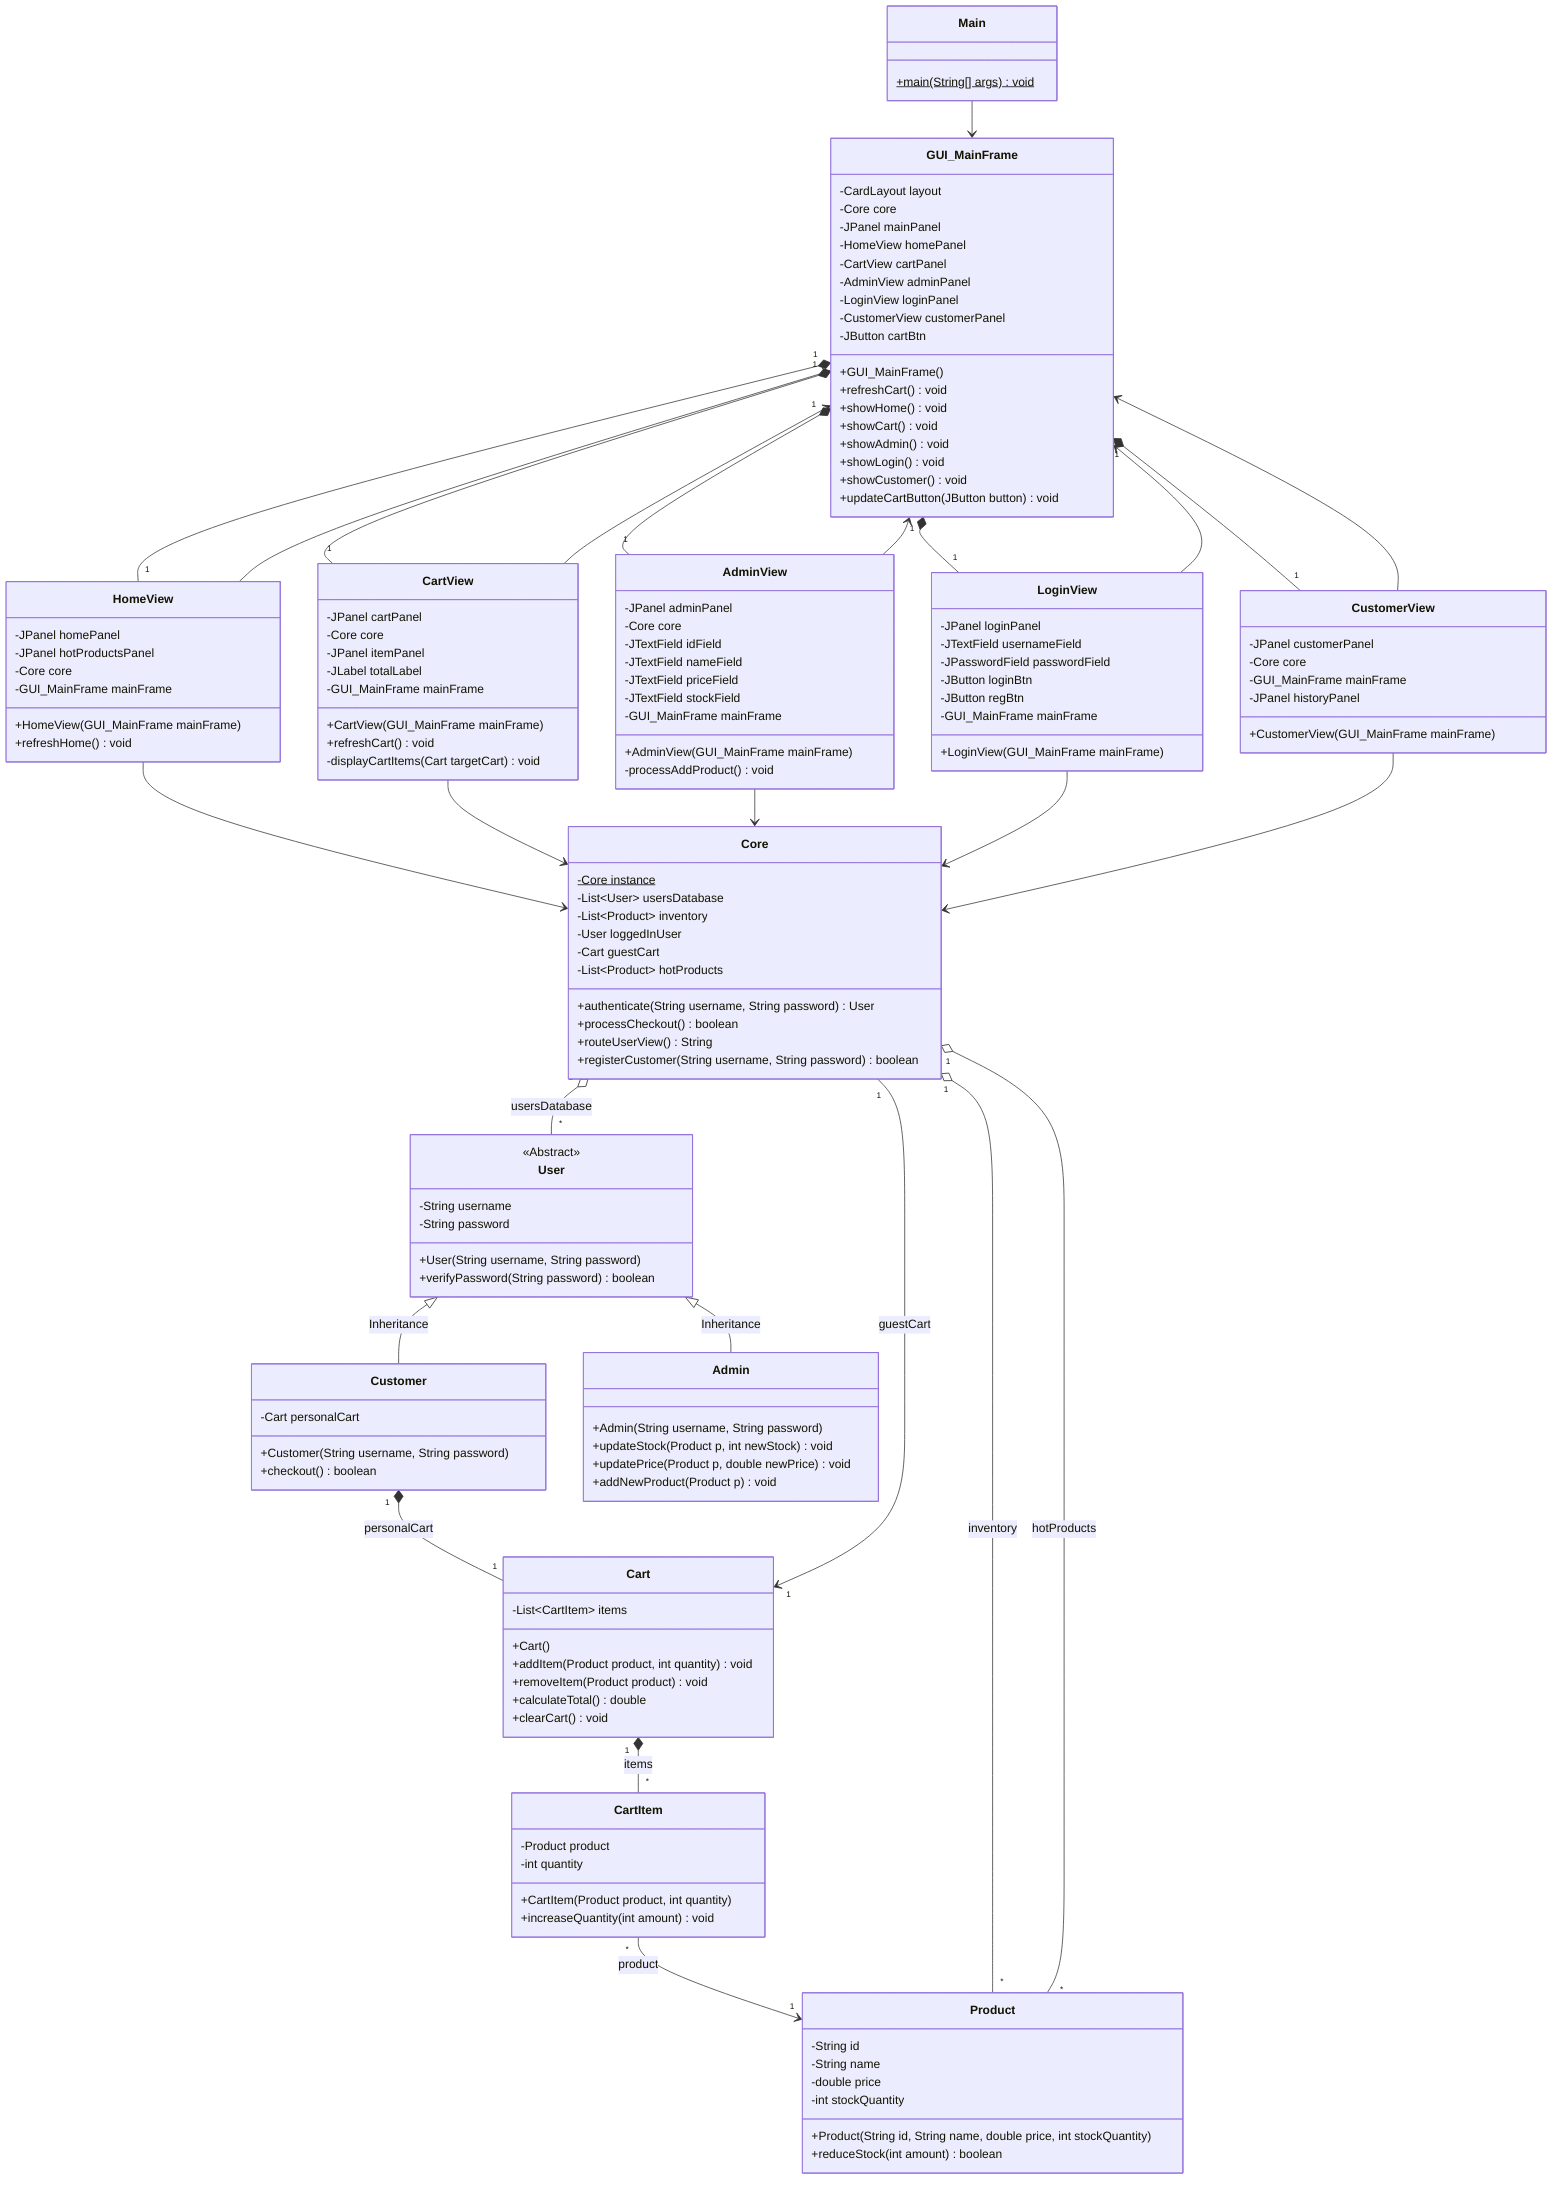
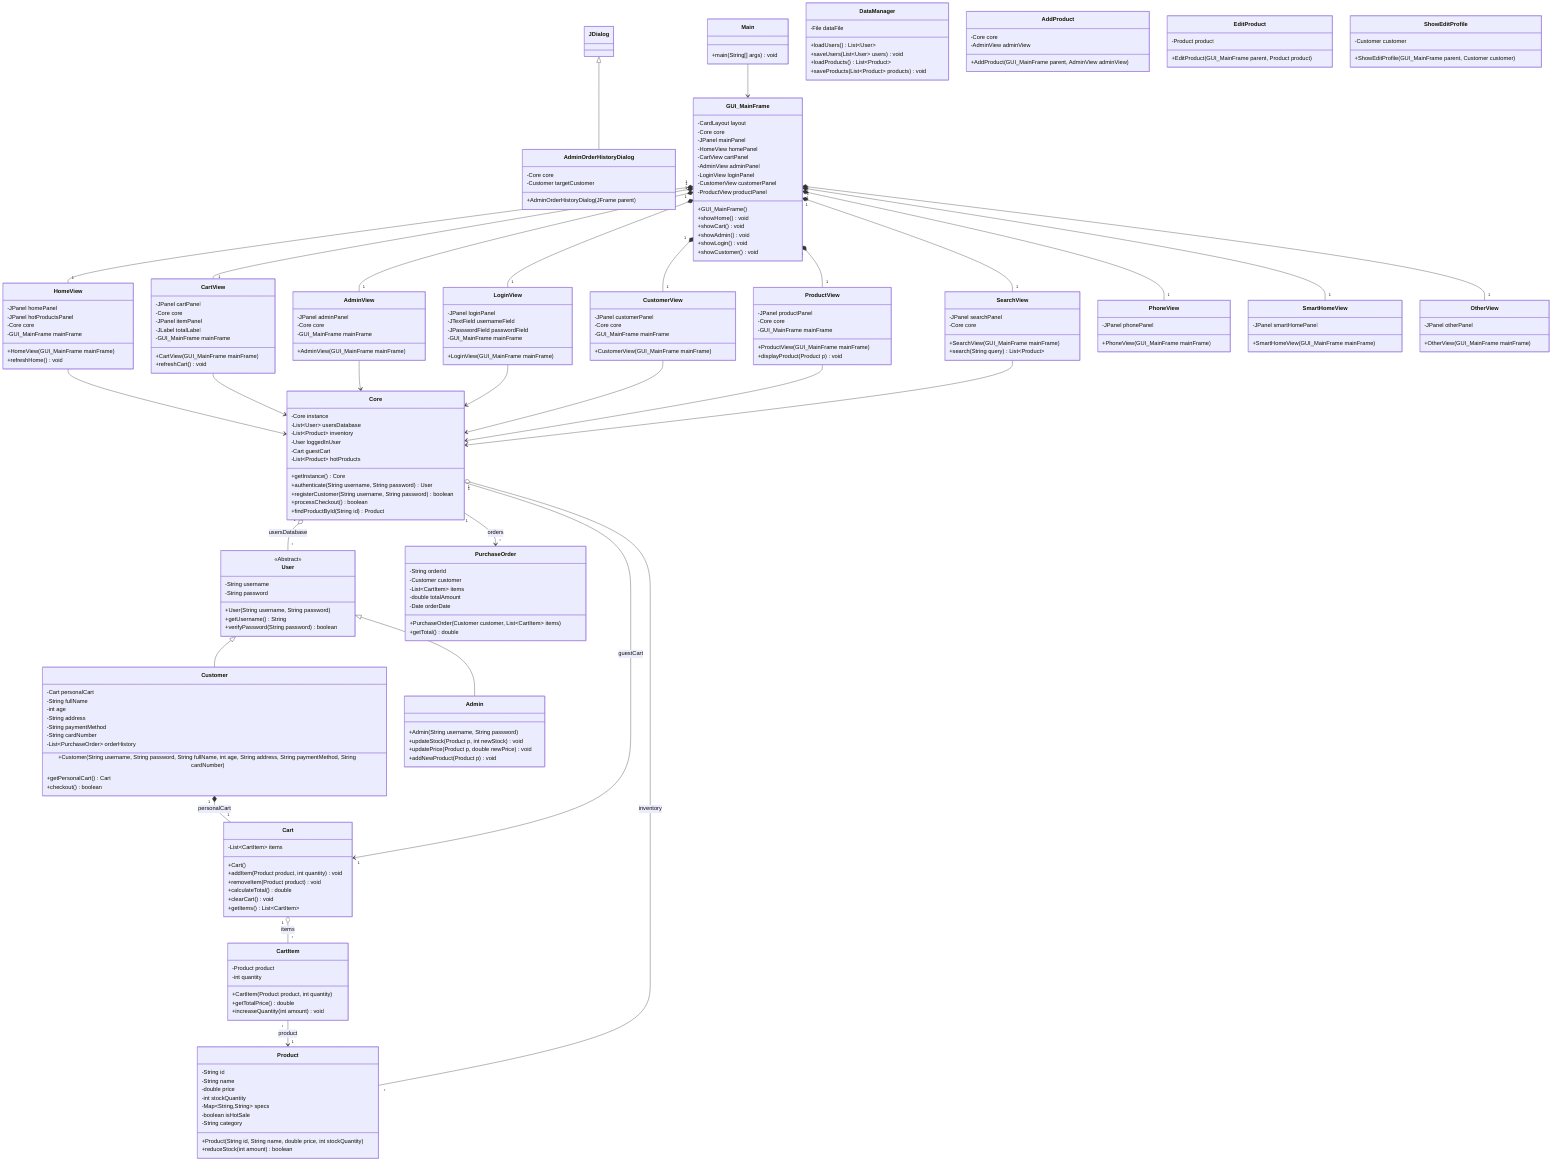
- classDiagram
-     %% Relationships & Connectors
-     User <|-- Customer : Inheritance
-     User <|-- Admin : Inheritance
- 
+ ﻿classDiagram
+ 
+     %% Inheritance
+     User <|-- Customer
+     User <|-- Admin
+     JDialog <|-- AdminOrderHistoryDialog
+ 
+     %% Composition / Aggregation / Associations
    Customer "1" *-- "1" Cart : personalCart
-     Cart "1" *-- "*" CartItem : items
+     Cart "1" o-- "*" CartItem : items
    CartItem "*" --> "1" Product : product

    Core "1" o-- "*" User : usersDatabase
    Core "1" o-- "*" Product : inventory
-     Core "1" o-- "*" Product : hotProducts
    Core "1" --> "1" Cart : guestCart
+     Core "1" --> "*" PurchaseOrder : orders

    GUI_MainFrame "1" *-- "1" HomeView
    GUI_MainFrame "1" *-- "1" CartView
    GUI_MainFrame "1" *-- "1" AdminView
    GUI_MainFrame "1" *-- "1" LoginView
    GUI_MainFrame "1" *-- "1" CustomerView
- 
+     GUI_MainFrame "1" *-- "1" ProductView
+     GUI_MainFrame "1" *-- "1" SearchView
+     GUI_MainFrame "1" *-- "1" PhoneView
+     GUI_MainFrame "1" *-- "1" SmartHomeView
+     GUI_MainFrame "1" *-- "1" OtherView
+ 
+     %% UI dependencies to core
    HomeView --> Core
    CartView --> Core
    AdminView --> Core
    LoginView --> Core
    CustomerView --> Core
- 
-     HomeView --> GUI_MainFrame
-     CartView --> GUI_MainFrame
-     AdminView --> GUI_MainFrame
-     LoginView --> GUI_MainFrame
-     CustomerView --> GUI_MainFrame
+     ProductView --> Core
+     SearchView --> Core

    Main --> GUI_MainFrame

-     %% Base User Class
+     %% Classes
    class User {
        <<Abstract>>
        -String username
        -String password
        +User(String username, String password)
+         +getUsername() String
        +verifyPassword(String password) boolean
    }

-     %% Child Classes
    class Customer {
        -Cart personalCart
-         +Customer(String username, String password)
+         -String fullName
+         -int age
+         -String address
+         -String paymentMethod
+         -String cardNumber
+         -List~PurchaseOrder~ orderHistory
+         +Customer(String username, String password, String fullName, int age, String address, String paymentMethod, String cardNumber)
+         +getPersonalCart() Cart
        +checkout() boolean
    }

    class Admin {
        +Admin(String username, String password)
        +updateStock(Product p, int newStock) void
        +updatePrice(Product p, double newPrice) void
        +addNewProduct(Product p) void
    }

-     %% Product & Cart Classes
    class Product {
        -String id
        -String name
        -double price
        -int stockQuantity
+         -Map~String,String~ specs
+         -boolean isHotSale
+         -String category
        +Product(String id, String name, double price, int stockQuantity)
        +reduceStock(int amount) boolean
    }

    class Cart {
        -List~CartItem~ items
        +Cart()
        +addItem(Product product, int quantity) void
        +removeItem(Product product) void
        +calculateTotal() double
        +clearCart() void
+         +getItems() List~CartItem~
    }

    class CartItem {
        -Product product
        -int quantity
        +CartItem(Product product, int quantity)
+         +getTotalPrice() double
        +increaseQuantity(int amount) void
    }

-     %% The Main Controller (Singleton)
+     class PurchaseOrder {
+         -String orderId
+         -Customer customer
+         -List~CartItem~ items
+         -double totalAmount
+         -Date orderDate
+         +PurchaseOrder(Customer customer, List~CartItem~ items)
+         +getTotal() double
+     }
+ 
    class Core {
-         -Core instance$
+         -Core instance
        -List~User~ usersDatabase
        -List~Product~ inventory
        -User loggedInUser
        -Cart guestCart
        -List~Product~ hotProducts
+         +getInstance() Core
        +authenticate(String username, String password) User
+         +registerCustomer(String username, String password) boolean
        +processCheckout() boolean
-         +routeUserView() String
-         +registerCustomer(String username, String password) boolean
-     }
- 
-     %% UI Representation
+         +findProductById(String id) Product
+     }
+ 
+     class DataManager {
+         -File dataFile
+         +loadUsers() List~User~
+         +saveUsers(List~User~ users) void
+         +loadProducts() List~Product~
+         +saveProducts(List~Product~ products) void
+     }
+ 
+     %% UI / Views
    class GUI_MainFrame {
        -CardLayout layout
        -Core core
        -JPanel mainPanel
        -HomeView homePanel
        -CartView cartPanel
        -AdminView adminPanel
        -LoginView loginPanel
        -CustomerView customerPanel
-         -JButton cartBtn
+         -ProductView productPanel
        +GUI_MainFrame()
-         +refreshCart() void
        +showHome() void
        +showCart() void
        +showAdmin() void
        +showLogin() void
        +showCustomer() void
-         +updateCartButton(JButton button) void
    }

    class HomeView {
        -JPanel homePanel
        -JPanel hotProductsPanel
        -Core core
        -GUI_MainFrame mainFrame
        +HomeView(GUI_MainFrame mainFrame)
        +refreshHome() void
    }

+     class ProductView {
+         -JPanel productPanel
+         -Core core
+         -GUI_MainFrame mainFrame
+         +ProductView(GUI_MainFrame mainFrame)
+         +displayProduct(Product p) void
+     }
+ 
+     class PhoneView {
+         -JPanel phonePanel
+         +PhoneView(GUI_MainFrame mainFrame)
+     }
+ 
+     class SmartHomeView {
+         -JPanel smartHomePanel
+         +SmartHomeView(GUI_MainFrame mainFrame)
+     }
+ 
+     class OtherView {
+         -JPanel otherPanel
+         +OtherView(GUI_MainFrame mainFrame)
+     }
+ 
+     class SearchView {
+         -JPanel searchPanel
+         -Core core
+         +SearchView(GUI_MainFrame mainFrame)
+         +search(String query) List~Product~
+     }
+ 
    class CartView {
        -JPanel cartPanel
        -Core core
        -JPanel itemPanel
        -JLabel totalLabel
        -GUI_MainFrame mainFrame
        +CartView(GUI_MainFrame mainFrame)
        +refreshCart() void
-         -displayCartItems(Cart targetCart) void
    }

    class AdminView {
        -JPanel adminPanel
        -Core core
-         -JTextField idField
-         -JTextField nameField
-         -JTextField priceField
-         -JTextField stockField
        -GUI_MainFrame mainFrame
        +AdminView(GUI_MainFrame mainFrame)
-         -processAddProduct() void
+     }
+ 
+     class AdminOrderHistoryDialog {
+         -Core core
+         -Customer targetCustomer
+         +AdminOrderHistoryDialog(JFrame parent)
+     }
+ 
+     class AddProduct {
+         -Core core
+         -AdminView adminView
+         +AddProduct(GUI_MainFrame parent, AdminView adminView)
+     }
+ 
+     class EditProduct {
+         -Product product
+         +EditProduct(GUI_MainFrame parent, Product product)
+     }
+ 
+     class ShowEditProfile {
+         -Customer customer
+         +ShowEditProfile(GUI_MainFrame parent, Customer customer)
    }

    class LoginView {
        -JPanel loginPanel
        -JTextField usernameField
        -JPasswordField passwordField
-         -JButton loginBtn
-         -JButton regBtn
        -GUI_MainFrame mainFrame
        +LoginView(GUI_MainFrame mainFrame)
    }

    class CustomerView {
        -JPanel customerPanel
        -Core core
        -GUI_MainFrame mainFrame
-         -JPanel historyPanel
        +CustomerView(GUI_MainFrame mainFrame)
    }

    class Main {
-         +main(String[] args) void$
-     }
- 
+         +main(String[] args) void
+     }
+ 
